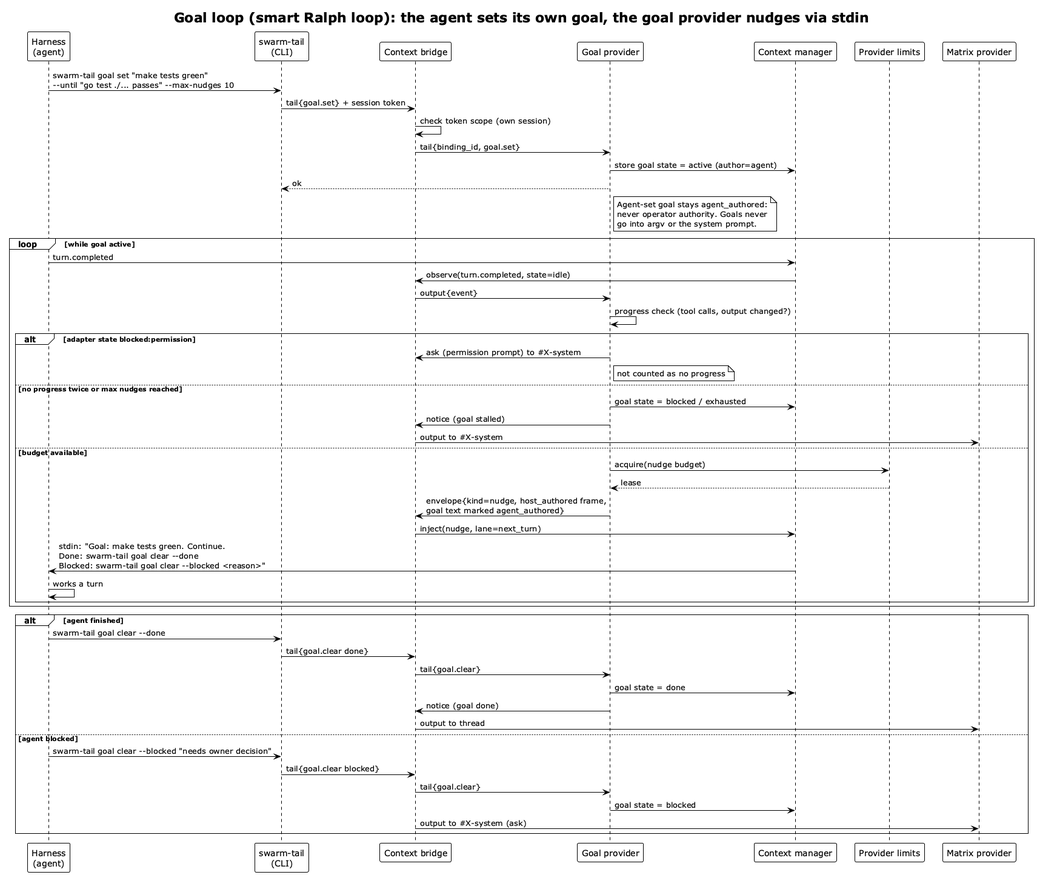
Before: diagrams/artefacts/plantuml/goal-loop.png, a diagram exported from PlantUML (relux-works/swarm-platform-architecture).
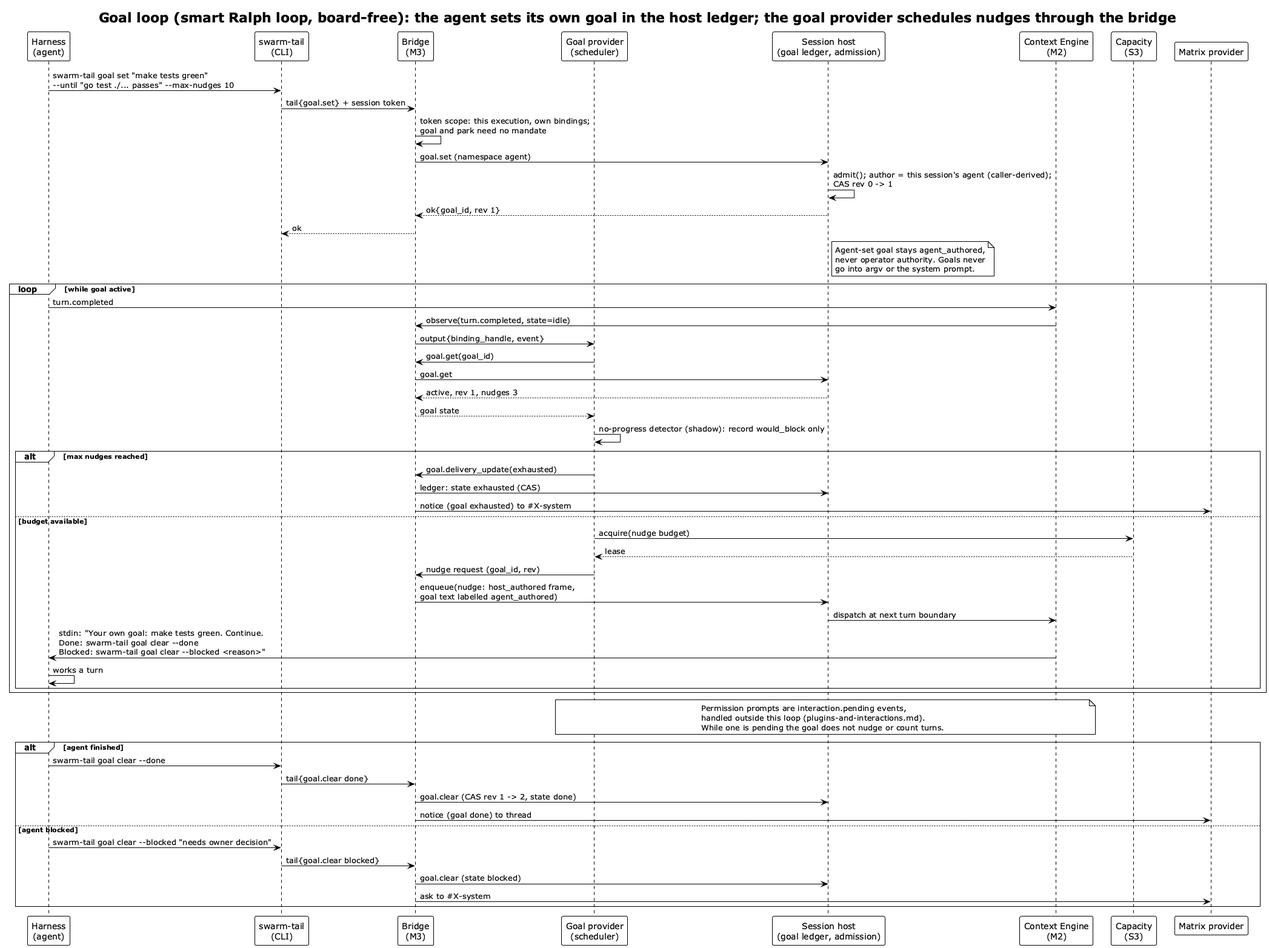
The same diagram one commit later.

What changed in the source:
```diff
@@ -1,61 +1,67 @@
 @startuml goal-loop
 !theme plain
-title Goal loop (smart Ralph loop): the agent sets its own goal, the goal provider nudges via stdin
+title Goal loop (smart Ralph loop, board-free): the agent sets its own goal in the host ledger; the goal provider schedules nudges through the bridge
 
 participant "Harness\n(agent)" as H
 participant "swarm-tail\n(CLI)" as Tail
-participant "Context bridge" as BR
-participant "Goal provider" as GP
-participant "Context manager" as CM
-participant "Provider limits" as Lim
+participant "Bridge\n(M3)" as BR
+participant "Goal provider\n(scheduler)" as GP
+participant "Session host\n(goal ledger, admission)" as SH
+participant "Context Engine\n(M2)" as CE
+participant "Capacity\n(S3)" as Cap
 participant "Matrix provider" as MP
 
-H -> Tail: swarm-tail goal set "make tests green"\n--until "go test ./... passes" ~--max-nudges 10
+H -> Tail: swarm-tail goal set "make tests green"\n~--until "go test ./... passes" ~--max-nudges 10
 Tail -> BR: tail{goal.set} + session token
-BR -> BR: check token scope (own session)
-BR -> GP: tail{binding_id, goal.set}
-GP -> CM: store goal state = active (author=agent)
-GP --> Tail: ok
-note right of GP
-  Agent-set goal stays agent_authored:
+BR -> BR: token scope: this execution, own bindings;\ngoal and park need no mandate
+BR -> SH: goal.set (namespace agent)
+SH -> SH: admit(); author = this session's agent (caller-derived);\nCAS rev 0 -> 1
+SH --> BR: ok{goal_id, rev 1}
+BR --> Tail: ok
+note right of SH
+  Agent-set goal stays agent_authored,
   never operator authority. Goals never
   go into argv or the system prompt.
 end note
 
 loop while goal active
-  H -> CM: turn.completed
-  CM -> BR: observe(turn.completed, state=idle)
-  BR -> GP: output{event}
-  GP -> GP: progress check (tool calls, output changed?)
-  alt adapter state blocked:permission
-    GP -> BR: ask (permission prompt) to #X-system
-    note right of GP: not counted as no progress
-  else no progress twice or max nudges reached
-    GP -> CM: goal state = blocked / exhausted
-    GP -> BR: notice (goal stalled)
-    BR -> MP: output to #X-system
+  H -> CE: turn.completed
+  CE -> BR: observe(turn.completed, state=idle)
+  BR -> GP: output{binding_handle, event}
+  GP -> BR: goal.get(goal_id)
+  BR -> SH: goal.get
+  SH --> BR: active, rev 1, nudges 3
+  BR --> GP: goal state
+  GP -> GP: no-progress detector (shadow): record would_block only
+  alt max nudges reached
+    GP -> BR: goal.delivery_update(exhausted)
+    BR -> SH: ledger: state exhausted (CAS)
+    BR -> MP: notice (goal exhausted) to #X-system
   else budget available
-    GP -> Lim: acquire(nudge budget)
-    Lim --> GP: lease
-    GP -> BR: envelope{kind=nudge, host_authored frame,\ngoal text marked agent_authored}
-    BR -> CM: inject(nudge, lane=next_turn)
-    CM -> H: stdin: "Goal: make tests green. Continue.\nDone: swarm-tail goal clear ~--done\nBlocked: swarm-tail goal clear ~--blocked <reason>"
+    GP -> Cap: acquire(nudge budget)
+    Cap --> GP: lease
+    GP -> BR: nudge request (goal_id, rev)
+    BR -> SH: enqueue(nudge: host_authored frame,\ngoal text labelled agent_authored)
+    SH -> CE: dispatch at next turn boundary
+    CE -> H: stdin: "Your own goal: make tests green. Continue.\nDone: swarm-tail goal clear ~--done\nBlocked: swarm-tail goal clear ~--blocked <reason>"
     H -> H: works a turn
   end
 end
+note over CE, GP
+  Permission prompts are interaction.pending events,
+  handled outside this loop (plugins-and-interactions.md).
+  While one is pending the goal does not nudge or count turns.
+end note
 
 alt agent finished
   H -> Tail: swarm-tail goal clear ~--done
   Tail -> BR: tail{goal.clear done}
-  BR -> GP: tail{goal.clear}
-  GP -> CM: goal state = done
-  GP -> BR: notice (goal done)
-  BR -> MP: output to thread
+  BR -> SH: goal.clear (CAS rev 1 -> 2, state done)
+  BR -> MP: notice (goal done) to thread
 else agent blocked
   H -> Tail: swarm-tail goal clear ~--blocked "needs owner decision"
   Tail -> BR: tail{goal.clear blocked}
-  BR -> GP: tail{goal.clear}
-  GP -> CM: goal state = blocked
-  BR -> MP: output to #X-system (ask)
+  BR -> SH: goal.clear (state blocked)
+  BR -> MP: ask to #X-system
 end
 @enduml
```
